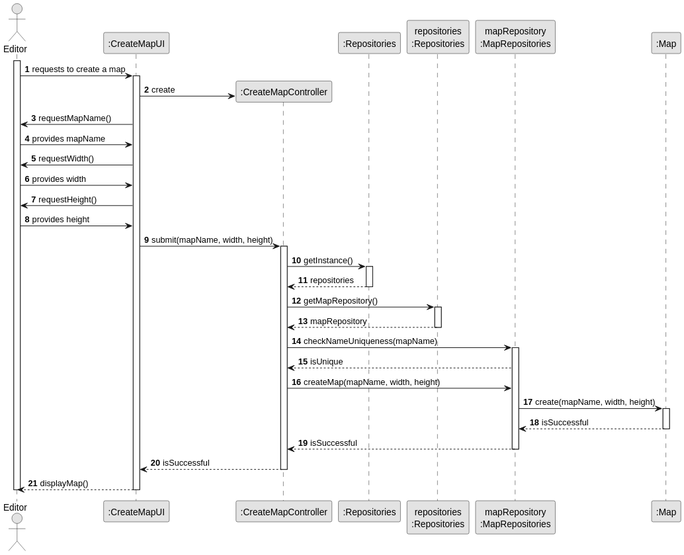
Above: docs/sprint2/us001/03.design/svg/us001-sequence-diagram.svg in ivasduarte/all-aboard (PlantUML), before the change. Source of this version:
```plantuml
@startuml
skinparam monochrome true
skinparam packageStyle rectangle
skinparam shadowing false

autonumber

actor "Editor" as Editor
participant ":CreateMapUI" as UI
participant ":CreateMapController" as ctrl
participant ":Repositories" as reps
participant "repositories\n:Repositories" as repositories
participant "mapRepository\n:MapRepositories" as repo
participant ":Map" as Map

activate Editor

Editor -> UI : requests to create a map
activate UI
UI -> ctrl** : create
UI -> Editor : requestMapName()
Editor -> UI : provides mapName
UI -> Editor : requestWidth()
Editor -> UI : provides width
UI -> Editor : requestHeight()
Editor -> UI : provides height
UI -> ctrl : submit(mapName, width, height)
activate ctrl

ctrl -> reps : getInstance()
activate reps
reps --> ctrl : repositories
deactivate reps

ctrl -> repositories : getMapRepository()
activate repositories
repositories --> ctrl : mapRepository
deactivate repositories

ctrl -> repo : checkNameUniqueness(mapName)
activate repo
repo --> ctrl : isUnique
ctrl -> repo : createMap(mapName, width, height)

repo -> Map : create(mapName, width, height)
activate Map
Map --> repo : isSuccessful
deactivate Map

repo --> ctrl : isSuccessful
deactivate repo

ctrl --> UI : isSuccessful
deactivate ctrl

UI --> Editor : displayMap()
deactivate UI
deactivate Editor
@enduml
```
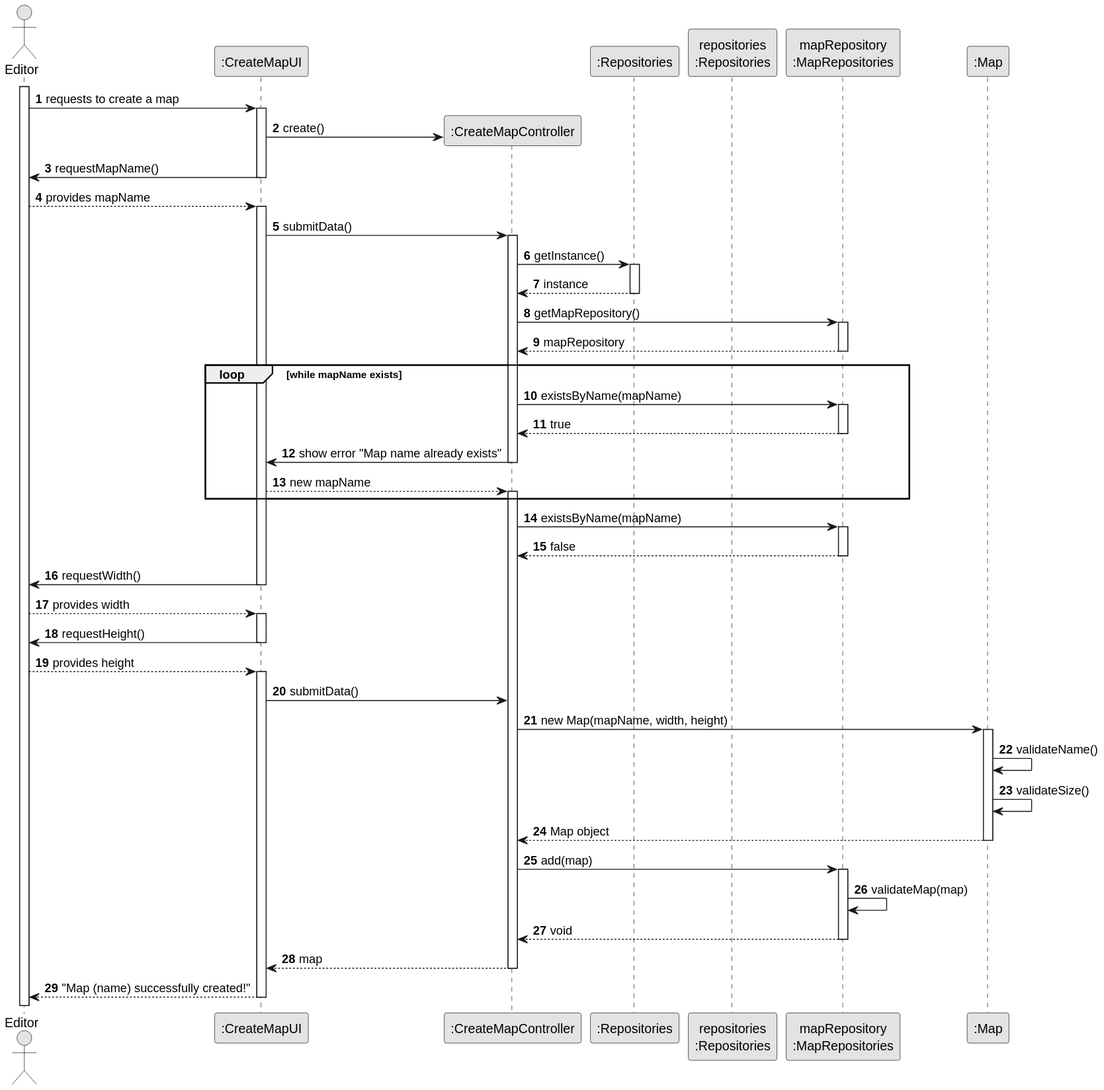
After the change.

The edit, as a diff of the source:
```diff
@@ -5,55 +5,95 @@
 
 autonumber
 
-actor "Editor" as Editor
+actor Editor
+
 participant ":CreateMapUI" as UI
-participant ":CreateMapController" as ctrl
+
+activate Editor
+Editor -> UI : requests to create a map
+
+create ":CreateMapController" as ctrl
+
+activate UI
+UI -> ctrl : create()
+
 participant ":Repositories" as reps
 participant "repositories\n:Repositories" as repositories
 participant "mapRepository\n:MapRepositories" as repo
 participant ":Map" as Map
 
-activate Editor
+UI -> Editor : requestMapName()
+deactivate UI
 
-Editor -> UI : requests to create a map
+Editor --> UI : provides mapName
 activate UI
-UI -> ctrl** : create
-UI -> Editor : requestMapName()
-Editor -> UI : provides mapName
-UI -> Editor : requestWidth()
-Editor -> UI : provides width
-UI -> Editor : requestHeight()
-Editor -> UI : provides height
-UI -> ctrl : submit(mapName, width, height)
+
+UI -> ctrl : submitData()
 activate ctrl
 
 ctrl -> reps : getInstance()
 activate reps
-reps --> ctrl : repositories
+
+reps --> ctrl : instance
 deactivate reps
 
-ctrl -> repositories : getMapRepository()
-activate repositories
-repositories --> ctrl : mapRepository
-deactivate repositories
+ctrl -> repo : getMapRepository()
+activate repo
 
-ctrl -> repo : checkNameUniqueness(mapName)
+repo --> ctrl : mapRepository
+deactivate repo
+
+loop while mapName exists
+  ctrl -> repo : existsByName(mapName)
+  activate repo
+
+  repo --> ctrl : true
+  deactivate repo
+
+  ctrl -> UI : show error "Map name already exists"
+  deactivate ctrl
+
+  UI --> ctrl : new mapName
+  activate ctrl
+end
+
+ctrl -> repo : existsByName(mapName)
 activate repo
-repo --> ctrl : isUnique
-ctrl -> repo : createMap(mapName, width, height)
 
-repo -> Map : create(mapName, width, height)
+repo --> ctrl : false
+deactivate repo
+
+UI -> Editor : requestWidth()
+deactivate UI
+
+Editor --> UI : provides width
+activate UI
+
+UI -> Editor : requestHeight()
+deactivate UI
+
+Editor --> UI : provides height
+activate UI
+
+UI -> ctrl : submitData()
+ctrl -> Map : new Map(mapName, width, height)
 activate Map
-Map --> repo : isSuccessful
+
+Map -> Map : validateName()
+Map -> Map : validateSize()
+Map --> ctrl : Map object
 deactivate Map
 
-repo --> ctrl : isSuccessful
+ctrl -> repo : add(map)
+activate repo
+
+repo -> repo : validateMap(map)
+repo --> ctrl : void
 deactivate repo
 
-ctrl --> UI : isSuccessful
+ctrl --> UI : map
 deactivate ctrl
 
-UI --> Editor : displayMap()
+UI --> Editor : "Map (name) successfully created!"
 deactivate UI
-deactivate Editor
 @enduml
```
